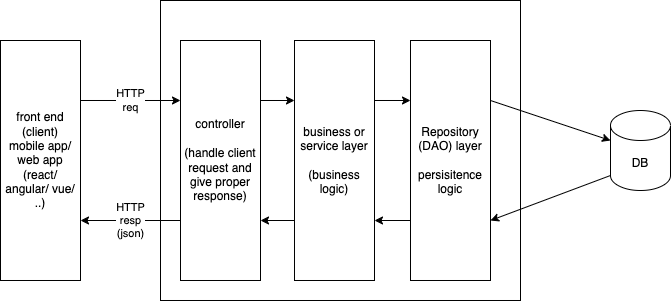
vinod-kayartaya/REDBUS-FEB-2024 keeps this draw.io diagram as golang/day5/miniproj/concept.dio.png. Above is the earlier version. Source tidied: cells renumbered, new cells last; positions are measured from the earlier drawing's top-left corner, leaving out a move shared by most shapes. The source it was exported from:
```xml
<mxGraphModel>
  <root>
    <mxCell id="0" />
    <mxCell id="1" parent="0" />
    <mxCell id="2" style="rounded=0;whiteSpace=wrap;html=1;" parent="1" vertex="1">
      <mxGeometry x="160" width="360" height="300" as="geometry" />
    </mxCell>
    <mxCell id="3" value="HTTP&lt;br&gt;req" style="edgeStyle=none;html=1;exitX=1;exitY=0.25;exitDx=0;exitDy=0;entryX=0;entryY=0.25;entryDx=0;entryDy=0;" parent="1" edge="1" source="4" target="7">
      <mxGeometry relative="1" as="geometry" />
    </mxCell>
    <mxCell id="4" value="front end&lt;br&gt;(client)&lt;br&gt;mobile app/&lt;br&gt;web app&lt;br&gt;(react/ angular/ vue/ ..)" style="rounded=0;whiteSpace=wrap;html=1;" parent="1" vertex="1">
      <mxGeometry y="40" width="80" height="240" as="geometry" />
    </mxCell>
    <mxCell id="5" value="HTTP&lt;br&gt;resp&lt;br&gt;(json)" style="edgeStyle=none;html=1;exitX=0;exitY=0.75;exitDx=0;exitDy=0;entryX=1;entryY=0.75;entryDx=0;entryDy=0;" parent="1" edge="1" source="7" target="4">
      <mxGeometry relative="1" as="geometry" />
    </mxCell>
    <mxCell id="6" style="edgeStyle=none;html=1;exitX=1;exitY=0.25;exitDx=0;exitDy=0;entryX=0;entryY=0.25;entryDx=0;entryDy=0;" parent="1" edge="1" source="7" target="10">
      <mxGeometry relative="1" as="geometry" />
    </mxCell>
    <mxCell id="7" value="controller&lt;br&gt;&lt;br&gt;(handle client request and give proper response)" style="rounded=0;whiteSpace=wrap;html=1;" parent="1" vertex="1">
      <mxGeometry x="180" y="40" width="80" height="240" as="geometry" />
    </mxCell>
    <mxCell id="8" style="edgeStyle=none;html=1;exitX=1;exitY=0.25;exitDx=0;exitDy=0;entryX=0;entryY=0.25;entryDx=0;entryDy=0;" parent="1" edge="1" source="10" target="13">
      <mxGeometry relative="1" as="geometry" />
    </mxCell>
    <mxCell id="9" style="edgeStyle=none;html=1;exitX=0;exitY=0.75;exitDx=0;exitDy=0;entryX=1;entryY=0.75;entryDx=0;entryDy=0;" parent="1" edge="1" source="10" target="7">
      <mxGeometry relative="1" as="geometry" />
    </mxCell>
    <mxCell id="10" value="business or service layer&lt;br&gt;&lt;br&gt;(business logic)" style="rounded=0;whiteSpace=wrap;html=1;" parent="1" vertex="1">
      <mxGeometry x="294" y="40" width="80" height="240" as="geometry" />
    </mxCell>
    <mxCell id="11" style="edgeStyle=none;html=1;exitX=1;exitY=0.25;exitDx=0;exitDy=0;" parent="1" edge="1" source="13" target="15">
      <mxGeometry relative="1" as="geometry" />
    </mxCell>
    <mxCell id="12" style="edgeStyle=none;html=1;exitX=0;exitY=0.75;exitDx=0;exitDy=0;entryX=1;entryY=0.75;entryDx=0;entryDy=0;" parent="1" edge="1" source="13" target="10">
      <mxGeometry relative="1" as="geometry" />
    </mxCell>
    <mxCell id="13" value="Repository (DAO) layer&lt;br&gt;&lt;br&gt;persisitence logic" style="rounded=0;whiteSpace=wrap;html=1;" parent="1" vertex="1">
      <mxGeometry x="410" y="40" width="80" height="240" as="geometry" />
    </mxCell>
    <mxCell id="14" style="edgeStyle=none;html=1;exitX=0;exitY=1;exitDx=0;exitDy=-15;exitPerimeter=0;entryX=1;entryY=0.75;entryDx=0;entryDy=0;" parent="1" edge="1" source="15" target="13">
      <mxGeometry relative="1" as="geometry" />
    </mxCell>
    <mxCell id="15" value="DB" style="shape=cylinder3;whiteSpace=wrap;html=1;boundedLbl=1;backgroundOutline=1;size=15;" parent="1" vertex="1">
      <mxGeometry x="610" y="110" width="60" height="80" as="geometry" />
    </mxCell>
  </root>
</mxGraphModel>
```
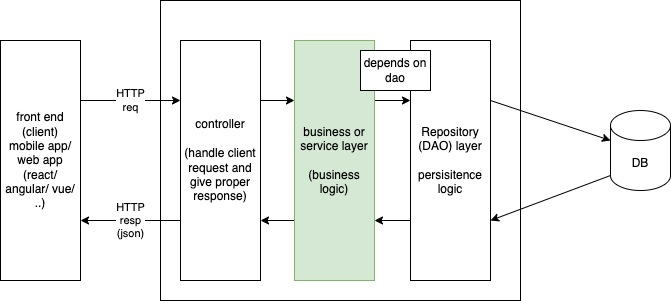
Later version of the same file.

Diff of the diagram source:
```diff
@@ -26,7 +26,7 @@
     <mxCell id="9" style="edgeStyle=none;html=1;exitX=0;exitY=0.75;exitDx=0;exitDy=0;entryX=1;entryY=0.75;entryDx=0;entryDy=0;" parent="1" edge="1" source="10" target="7">
       <mxGeometry relative="1" as="geometry" />
     </mxCell>
-    <mxCell id="10" value="business or service layer&lt;br&gt;&lt;br&gt;(business logic)" style="rounded=0;whiteSpace=wrap;html=1;" parent="1" vertex="1">
+    <mxCell id="10" value="business or service layer&lt;br&gt;&lt;br&gt;(business logic)" style="rounded=0;whiteSpace=wrap;html=1;fillColor=#d5e8d4;strokeColor=#82b366;" parent="1" vertex="1">
       <mxGeometry x="294" y="40" width="80" height="240" as="geometry" />
     </mxCell>
     <mxCell id="11" style="edgeStyle=none;html=1;exitX=1;exitY=0.25;exitDx=0;exitDy=0;" parent="1" edge="1" source="13" target="15">
@@ -44,5 +44,8 @@
     <mxCell id="15" value="DB" style="shape=cylinder3;whiteSpace=wrap;html=1;boundedLbl=1;backgroundOutline=1;size=15;" parent="1" vertex="1">
       <mxGeometry x="610" y="110" width="60" height="80" as="geometry" />
     </mxCell>
+    <mxCell id="16" value="depends on dao" style="rounded=0;whiteSpace=wrap;html=1;" parent="1" vertex="1">
+      <mxGeometry x="360" y="50" width="70" height="40" as="geometry" />
+    </mxCell>
   </root>
 </mxGraphModel>
```
